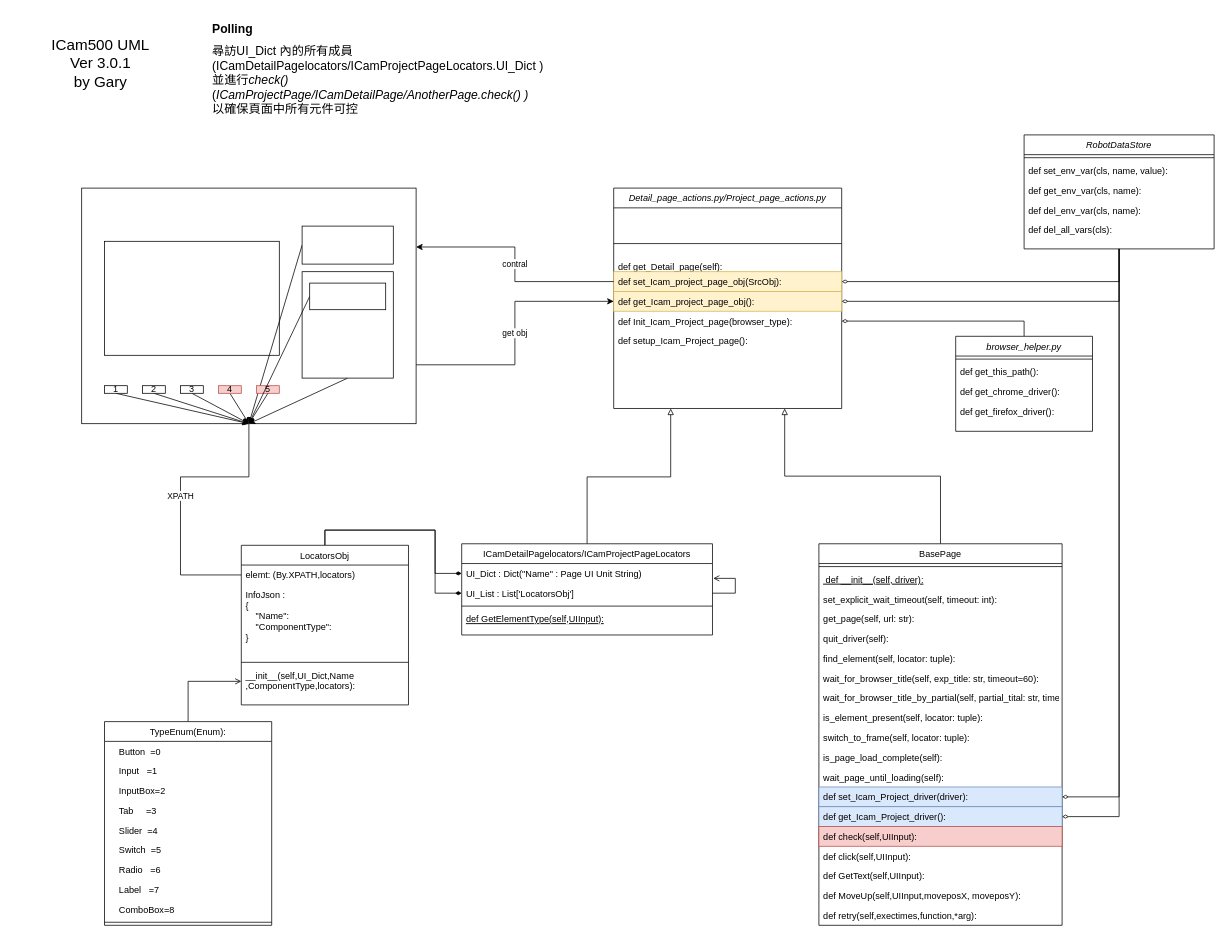
The draw.io diagram page "版本3-20220117" (2 of 4) of doc/E2E架構圖.drawio in YiFan0221/E2E-POM, before the edit. Source tidied: cells renumbered, new cells numbered last; positions are measured from the earlier drawing's top-left corner, leaving out a move shared by most shapes. Both pictures are drawn from the tidied source at 76%, with x=0, y=0 at pixel (13, 21).
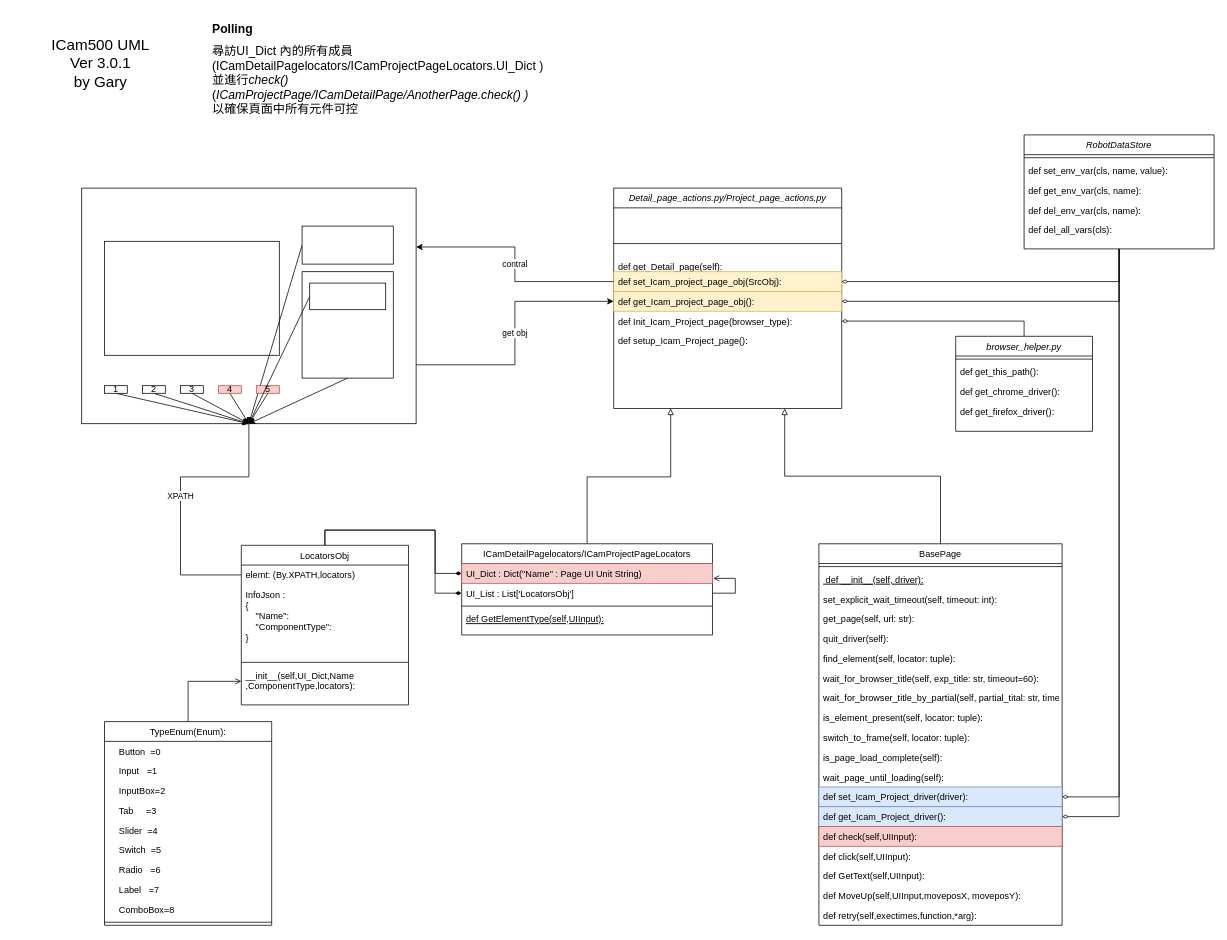
The same page after the edit.

Commit message:
更新E2E架構圖

Unchanged cells that the change refers to:
```xml
<mxCell id="24" value="ICamDetailPagelocators/ICamProjectPageLocators" style="swimlane;fontStyle=0;align=center;verticalAlign=top;horizontal=1;startSize=26;rounded=0;shadow=0;strokeWidth=1;" parent="1" vertex="1">
  <mxGeometry x="590" y="688" width="330" height="120" as="geometry" />
</mxCell>
```

The edit, as a diff of the source:
```diff
@@
-    <mxCell id="25" value="UI_Dict : Dict(&quot;Name&quot; : Page UI Unit String)" style="text;align=left;verticalAlign=top;spacingLeft=4;spacingRight=4;overflow=hidden;points=[[0,0.5],[1,0.5]];portConstraint=eastwest;" parent="24" vertex="1">
+    <mxCell id="25" value="UI_Dict : Dict(&quot;Name&quot; : Page UI Unit String)" style="text;align=left;verticalAlign=top;spacingLeft=4;spacingRight=4;overflow=hidden;points=[[0,0.5],[1,0.5]];portConstraint=eastwest;fillColor=#f8cecc;strokeColor=#b85450;" parent="24" vertex="1">
       <mxGeometry y="26" width="330" height="26" as="geometry" />
     </mxCell>
```
